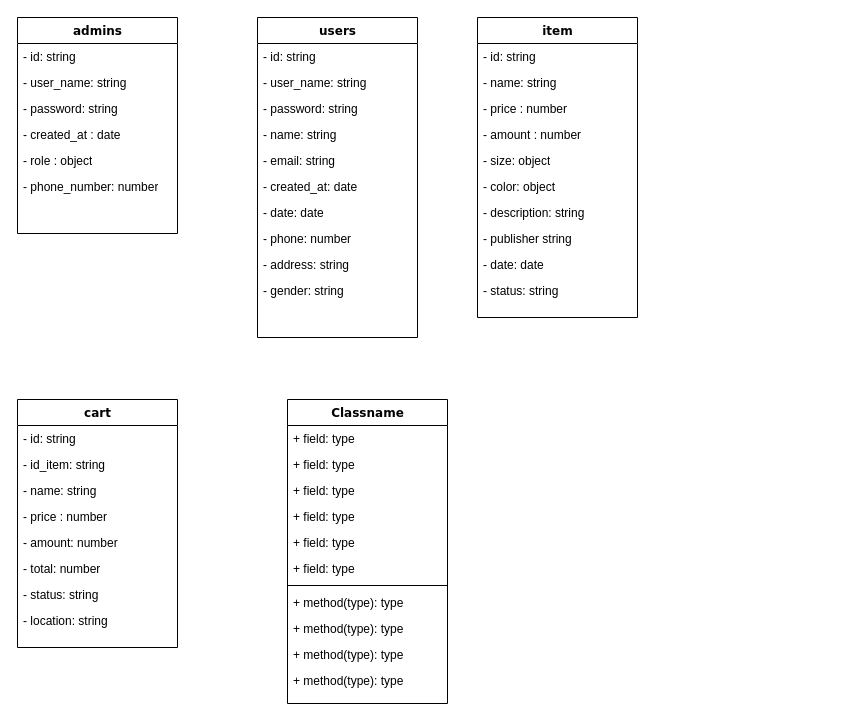
quanber123/stores-api keeps this draw.io diagram as diagram/database.drawio. Above is the earlier version. Source tidied: cells renumbered, new cells numbered last; positions are measured from the earlier drawing's top-left corner, leaving out a move shared by most shapes. Both pictures are drawn from the tidied source at 100%, with x=0, y=0 at pixel (17, 17).
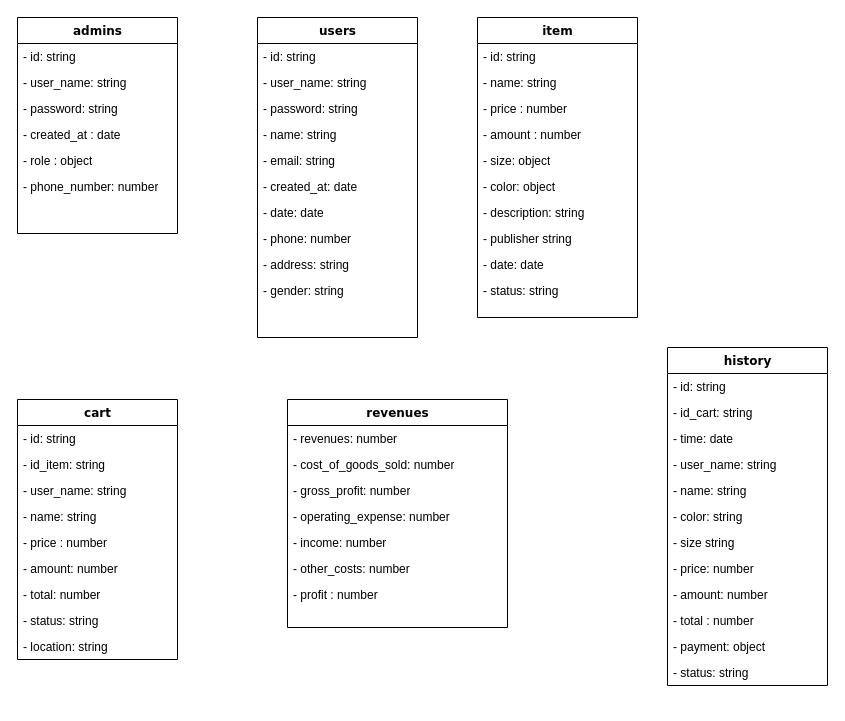
The same diagram, later.

Commit message (it also covers changes not shown here):
Cập nhật database.drawio

The edit, as a diff of the source:
```diff
@@
     <mxCell id="31" value="cart" style="swimlane;html=1;fontStyle=1;align=center;verticalAlign=top;horizontal=1;startSize=26;swimlaneFillColor=#ffffff;rounded=0;shadow=0;comic=0;labelBackgroundColor=none;strokeWidth=1;fillColor=none;fontFamily=Verdana;fontSize=12;" parent="1" vertex="1">
-      <mxGeometry y="382" width="160" height="248" as="geometry" />
+      <mxGeometry y="382" width="160" height="260" as="geometry" />
     </mxCell>
@@
+    <mxCell id="52" value="- user_name: string" style="text;html=1;strokeColor=none;fillColor=none;align=left;verticalAlign=top;spacingLeft=4;spacingRight=4;whiteSpace=wrap;overflow=hidden;" parent="31" vertex="1">
+      <mxGeometry y="78" width="160" height="26" as="geometry" />
+    </mxCell>
     <mxCell id="34" value="- name: string" style="text;html=1;strokeColor=none;fillColor=none;align=left;verticalAlign=top;spacingLeft=4;spacingRight=4;whiteSpace=wrap;overflow=hidden;" parent="31" vertex="1">
-      <mxGeometry y="78" width="160" height="26" as="geometry" />
+      <mxGeometry y="104" width="160" height="26" as="geometry" />
     </mxCell>
     <mxCell id="35" value="- price : number" style="text;html=1;strokeColor=none;fillColor=none;align=left;verticalAlign=top;spacingLeft=4;spacingRight=4;whiteSpace=wrap;overflow=hidden;" parent="31" vertex="1">
-      <mxGeometry y="104" width="160" height="26" as="geometry" />
+      <mxGeometry y="130" width="160" height="26" as="geometry" />
     </mxCell>
     <mxCell id="36" value="- amount: number" style="text;html=1;strokeColor=none;fillColor=none;align=left;verticalAlign=top;spacingLeft=4;spacingRight=4;whiteSpace=wrap;overflow=hidden;" parent="31" vertex="1">
-      <mxGeometry y="130" width="160" height="26" as="geometry" />
+      <mxGeometry y="156" width="160" height="26" as="geometry" />
     </mxCell>
     <mxCell id="37" value="- total: number" style="text;html=1;strokeColor=none;fillColor=none;align=left;verticalAlign=top;spacingLeft=4;spacingRight=4;whiteSpace=wrap;overflow=hidden;" parent="31" vertex="1">
-      <mxGeometry y="156" width="160" height="26" as="geometry" />
+      <mxGeometry y="182" width="160" height="26" as="geometry" />
     </mxCell>
     <mxCell id="38" value="- status: string" style="text;html=1;strokeColor=none;fillColor=none;align=left;verticalAlign=top;spacingLeft=4;spacingRight=4;whiteSpace=wrap;overflow=hidden;" parent="31" vertex="1">
-      <mxGeometry y="182" width="160" height="26" as="geometry" />
+      <mxGeometry y="208" width="160" height="26" as="geometry" />
     </mxCell>
     <mxCell id="39" value="- location: string" style="text;html=1;strokeColor=none;fillColor=none;align=left;verticalAlign=top;spacingLeft=4;spacingRight=4;whiteSpace=wrap;overflow=hidden;" parent="31" vertex="1">
-      <mxGeometry y="208" width="160" height="26" as="geometry" />
+      <mxGeometry y="234" width="160" height="26" as="geometry" />
     </mxCell>
-    <mxCell id="40" value="Classname" style="swimlane;html=1;fontStyle=1;align=center;verticalAlign=top;horizontal=1;startSize=26;swimlaneFillColor=#ffffff;rounded=0;shadow=0;comic=0;labelBackgroundColor=none;strokeWidth=1;fillColor=none;fontFamily=Verdana;fontSize=12;" parent="1" vertex="1">
-      <mxGeometry x="270" y="382" width="160" height="304" as="geometry" />
+    <mxCell id="40" value="revenues" style="swimlane;html=1;fontStyle=1;align=center;verticalAlign=top;horizontal=1;startSize=26;swimlaneFillColor=#ffffff;rounded=0;shadow=0;comic=0;labelBackgroundColor=none;strokeWidth=1;fillColor=none;fontFamily=Verdana;fontSize=12;" parent="1" vertex="1">
+      <mxGeometry x="270" y="382" width="220" height="228" as="geometry" />
     </mxCell>
-    <mxCell id="41" value="+ field: type" style="text;html=1;strokeColor=none;fillColor=none;align=left;verticalAlign=top;spacingLeft=4;spacingRight=4;whiteSpace=wrap;overflow=hidden;" parent="40" vertex="1">
-      <mxGeometry y="26" width="160" height="26" as="geometry" />
+    <mxCell id="41" value="- revenues: number" style="text;html=1;strokeColor=none;fillColor=none;align=left;verticalAlign=top;spacingLeft=4;spacingRight=4;whiteSpace=wrap;overflow=hidden;" parent="40" vertex="1">
+      <mxGeometry y="26" width="220" height="26" as="geometry" />
     </mxCell>
-    <mxCell id="42" value="+ field: type" style="text;html=1;strokeColor=none;fillColor=none;align=left;verticalAlign=top;spacingLeft=4;spacingRight=4;whiteSpace=wrap;overflow=hidden;" parent="40" vertex="1">
-      <mxGeometry y="52" width="160" height="26" as="geometry" />
+    <mxCell id="42" value="- cost_of_goods_sold: number" style="text;html=1;strokeColor=none;fillColor=none;align=left;verticalAlign=top;spacingLeft=4;spacingRight=4;whiteSpace=wrap;overflow=hidden;" parent="40" vertex="1">
+      <mxGeometry y="52" width="220" height="26" as="geometry" />
     </mxCell>
-    <mxCell id="43" value="+ field: type" style="text;html=1;strokeColor=none;fillColor=none;align=left;verticalAlign=top;spacingLeft=4;spacingRight=4;whiteSpace=wrap;overflow=hidden;" parent="40" vertex="1">
-      <mxGeometry y="78" width="160" height="26" as="geometry" />
+    <mxCell id="43" value="- gross_profit: number" style="text;html=1;strokeColor=none;fillColor=none;align=left;verticalAlign=top;spacingLeft=4;spacingRight=4;whiteSpace=wrap;overflow=hidden;" parent="40" vertex="1">
+      <mxGeometry y="78" width="220" height="26" as="geometry" />
     </mxCell>
-    <mxCell id="44" value="+ field: type" style="text;html=1;strokeColor=none;fillColor=none;align=left;verticalAlign=top;spacingLeft=4;spacingRight=4;whiteSpace=wrap;overflow=hidden;" parent="40" vertex="1">
-      <mxGeometry y="104" width="160" height="26" as="geometry" />
+    <mxCell id="44" value="- operating_expense: number" style="text;html=1;strokeColor=none;fillColor=none;align=left;verticalAlign=top;spacingLeft=4;spacingRight=4;whiteSpace=wrap;overflow=hidden;" parent="40" vertex="1">
+      <mxGeometry y="104" width="220" height="26" as="geometry" />
     </mxCell>
-    <mxCell id="45" value="+ field: type" style="text;html=1;strokeColor=none;fillColor=none;align=left;verticalAlign=top;spacingLeft=4;spacingRight=4;whiteSpace=wrap;overflow=hidden;" parent="40" vertex="1">
-      <mxGeometry y="130" width="160" height="26" as="geometry" />
+    <mxCell id="45" value="- income: number" style="text;html=1;strokeColor=none;fillColor=none;align=left;verticalAlign=top;spacingLeft=4;spacingRight=4;whiteSpace=wrap;overflow=hidden;" parent="40" vertex="1">
+      <mxGeometry y="130" width="220" height="26" as="geometry" />
     </mxCell>
-    <mxCell id="46" value="+ field: type" style="text;html=1;strokeColor=none;fillColor=none;align=left;verticalAlign=top;spacingLeft=4;spacingRight=4;whiteSpace=wrap;overflow=hidden;" parent="40" vertex="1">
-      <mxGeometry y="156" width="160" height="26" as="geometry" />
+    <mxCell id="46" value="- other_costs: number" style="text;html=1;strokeColor=none;fillColor=none;align=left;verticalAlign=top;spacingLeft=4;spacingRight=4;whiteSpace=wrap;overflow=hidden;" parent="40" vertex="1">
+      <mxGeometry y="156" width="220" height="26" as="geometry" />
     </mxCell>
-    <mxCell id="47" style="line;html=1;strokeWidth=1;fillColor=none;align=left;verticalAlign=middle;spacingTop=-1;spacingLeft=3;spacingRight=3;labelPosition=right;" parent="40" vertex="1">
-      <mxGeometry y="182" width="160" height="8" as="geometry" />
-    </mxCell>
-    <mxCell id="48" value="+ method(type): type" style="text;html=1;strokeColor=none;fillColor=none;align=left;verticalAlign=top;spacingLeft=4;spacingRight=4;whiteSpace=wrap;overflow=hidden;" parent="40" vertex="1">
-      <mxGeometry y="190" width="160" height="26" as="geometry" />
-    </mxCell>
-    <mxCell id="49" value="+ method(type): type" style="text;html=1;strokeColor=none;fillColor=none;align=left;verticalAlign=top;spacingLeft=4;spacingRight=4;whiteSpace=wrap;overflow=hidden;" parent="40" vertex="1">
-      <mxGeometry y="216" width="160" height="26" as="geometry" />
-    </mxCell>
-    <mxCell id="50" value="+ method(type): type" style="text;html=1;strokeColor=none;fillColor=none;align=left;verticalAlign=top;spacingLeft=4;spacingRight=4;whiteSpace=wrap;overflow=hidden;" parent="40" vertex="1">
-      <mxGeometry y="242" width="160" height="26" as="geometry" />
-    </mxCell>
-    <mxCell id="51" value="+ method(type): type" style="text;html=1;strokeColor=none;fillColor=none;align=left;verticalAlign=top;spacingLeft=4;spacingRight=4;whiteSpace=wrap;overflow=hidden;" parent="40" vertex="1">
-      <mxGeometry y="268" width="160" height="26" as="geometry" />
-    </mxCell>
+    <mxCell id="53" value="- profit : number" style="text;html=1;strokeColor=none;fillColor=none;align=left;verticalAlign=top;spacingLeft=4;spacingRight=4;whiteSpace=wrap;overflow=hidden;" parent="40" vertex="1">
+      <mxGeometry y="182" width="220" height="26" as="geometry" />
+    </mxCell>
+    <mxCell id="54" value="history" style="swimlane;html=1;fontStyle=1;align=center;verticalAlign=top;horizontal=1;startSize=26;swimlaneFillColor=#ffffff;rounded=0;shadow=0;comic=0;labelBackgroundColor=none;strokeWidth=1;fillColor=none;fontFamily=Verdana;fontSize=12;" parent="1" vertex="1">
+      <mxGeometry x="650" y="330" width="160" height="338" as="geometry" />
+    </mxCell>
+    <mxCell id="55" value="- id: string" style="text;html=1;strokeColor=none;fillColor=none;align=left;verticalAlign=top;spacingLeft=4;spacingRight=4;whiteSpace=wrap;overflow=hidden;" parent="54" vertex="1">
+      <mxGeometry y="26" width="160" height="26" as="geometry" />
+    </mxCell>
+    <mxCell id="56" value="- id_cart: string" style="text;html=1;strokeColor=none;fillColor=none;align=left;verticalAlign=top;spacingLeft=4;spacingRight=4;whiteSpace=wrap;overflow=hidden;" parent="54" vertex="1">
+      <mxGeometry y="52" width="160" height="26" as="geometry" />
+    </mxCell>
+    <mxCell id="57" value="- time: date" style="text;html=1;strokeColor=none;fillColor=none;align=left;verticalAlign=top;spacingLeft=4;spacingRight=4;whiteSpace=wrap;overflow=hidden;" parent="54" vertex="1">
+      <mxGeometry y="78" width="160" height="26" as="geometry" />
+    </mxCell>
+    <mxCell id="58" value="- user_name: string" style="text;html=1;strokeColor=none;fillColor=none;align=left;verticalAlign=top;spacingLeft=4;spacingRight=4;whiteSpace=wrap;overflow=hidden;" parent="54" vertex="1">
+      <mxGeometry y="104" width="160" height="26" as="geometry" />
+    </mxCell>
+    <mxCell id="59" value="- name: string" style="text;html=1;strokeColor=none;fillColor=none;align=left;verticalAlign=top;spacingLeft=4;spacingRight=4;whiteSpace=wrap;overflow=hidden;" parent="54" vertex="1">
+      <mxGeometry y="130" width="160" height="26" as="geometry" />
+    </mxCell>
+    <mxCell id="60" value="- color: string" style="text;html=1;strokeColor=none;fillColor=none;align=left;verticalAlign=top;spacingLeft=4;spacingRight=4;whiteSpace=wrap;overflow=hidden;" parent="54" vertex="1">
+      <mxGeometry y="156" width="160" height="26" as="geometry" />
+    </mxCell>
+    <mxCell id="61" value="- size string" style="text;html=1;strokeColor=none;fillColor=none;align=left;verticalAlign=top;spacingLeft=4;spacingRight=4;whiteSpace=wrap;overflow=hidden;" parent="54" vertex="1">
+      <mxGeometry y="182" width="160" height="26" as="geometry" />
+    </mxCell>
+    <mxCell id="62" value="- price: number" style="text;html=1;strokeColor=none;fillColor=none;align=left;verticalAlign=top;spacingLeft=4;spacingRight=4;whiteSpace=wrap;overflow=hidden;" parent="54" vertex="1">
+      <mxGeometry y="208" width="160" height="26" as="geometry" />
+    </mxCell>
+    <mxCell id="63" value="- amount: number" style="text;html=1;strokeColor=none;fillColor=none;align=left;verticalAlign=top;spacingLeft=4;spacingRight=4;whiteSpace=wrap;overflow=hidden;" parent="54" vertex="1">
+      <mxGeometry y="234" width="160" height="26" as="geometry" />
+    </mxCell>
+    <mxCell id="64" value="- total : number&amp;nbsp;" style="text;html=1;strokeColor=none;fillColor=none;align=left;verticalAlign=top;spacingLeft=4;spacingRight=4;whiteSpace=wrap;overflow=hidden;" parent="54" vertex="1">
+      <mxGeometry y="260" width="160" height="26" as="geometry" />
+    </mxCell>
+    <mxCell id="65" value="- payment: object" style="text;html=1;strokeColor=none;fillColor=none;align=left;verticalAlign=top;spacingLeft=4;spacingRight=4;whiteSpace=wrap;overflow=hidden;" parent="54" vertex="1">
+      <mxGeometry y="286" width="160" height="26" as="geometry" />
+    </mxCell>
+    <mxCell id="66" value="- status: string" style="text;html=1;strokeColor=none;fillColor=none;align=left;verticalAlign=top;spacingLeft=4;spacingRight=4;whiteSpace=wrap;overflow=hidden;" parent="54" vertex="1">
+      <mxGeometry y="312" width="160" height="26" as="geometry" />
+    </mxCell>
```
